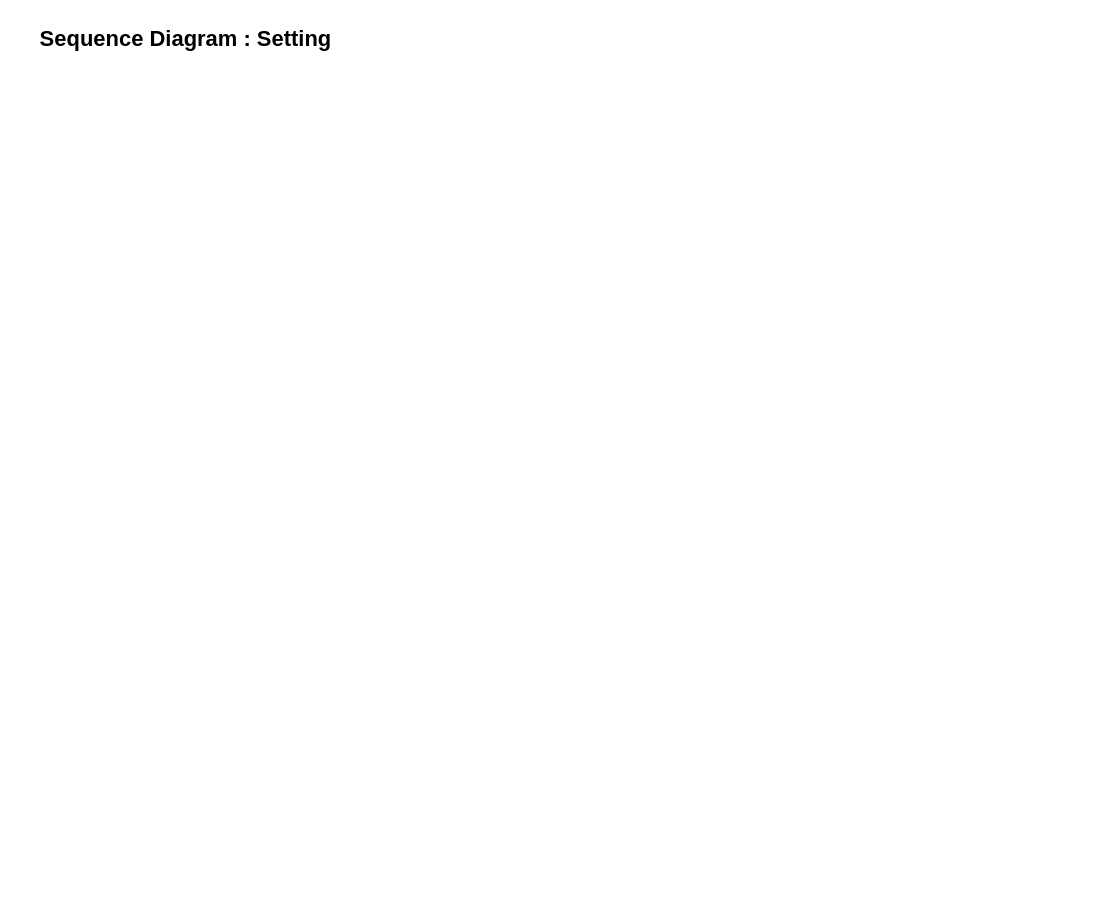
The draw.io diagram page "Setting" (4 of 4) of Sequence_diagram.drawio in astrrr/Right-posture, before the edit. Source tidied: cells renumbered, new cells numbered last; positions are measured from the earlier drawing's top-left corner, leaving out a move shared by most shapes. Both pictures are drawn from the tidied source at 122%, with x=0, y=0 at pixel (21, 21).
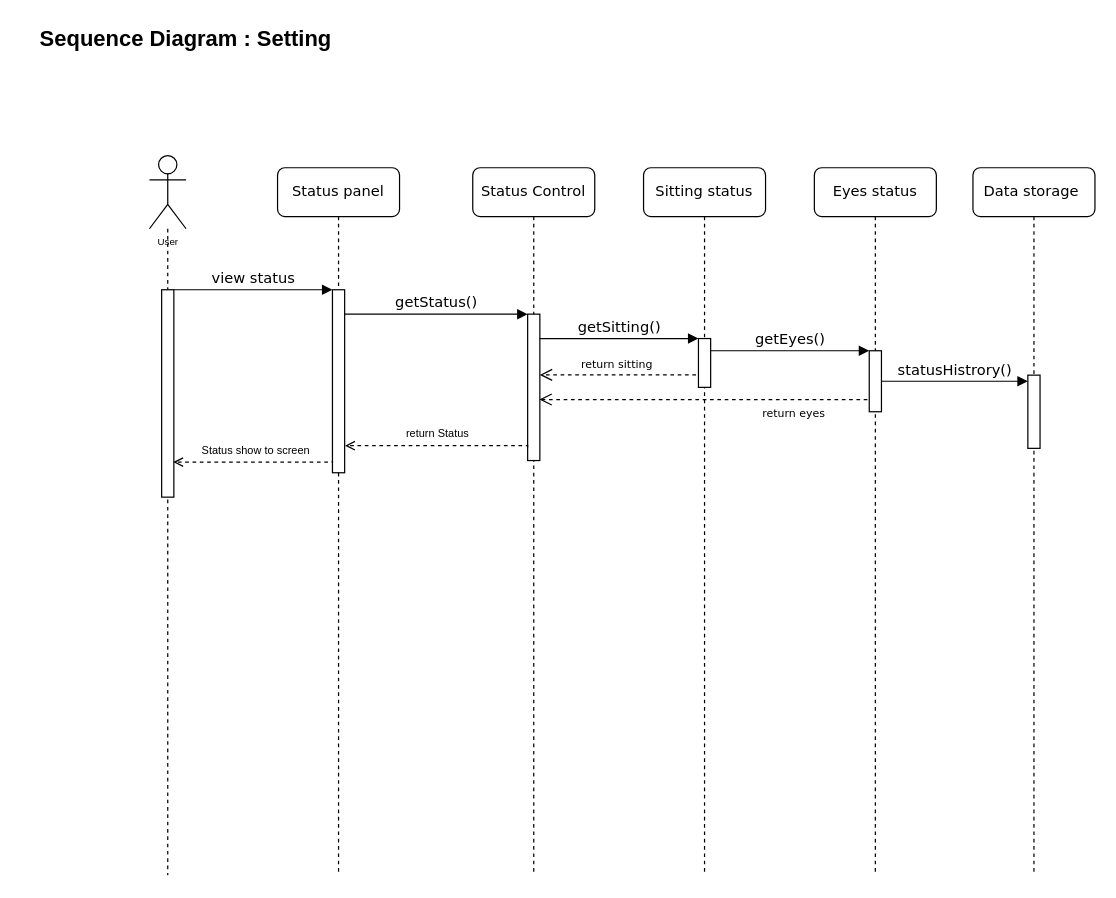
Above is the later version.

Commit message (it also covers changes not shown here):
add Status Sequence flow

Diff of the diagram source:
```diff
@@
+    <mxCell id="3" value="Status panel" style="shape=umlLifeline;perimeter=lifelinePerimeter;whiteSpace=wrap;html=1;rounded=1;shadow=0;comic=0;labelBackgroundColor=none;strokeWidth=1;fontFamily=Verdana;fontSize=12;align=center;" parent="1" vertex="1">
+      <mxGeometry x="210" y="120" width="100" height="580" as="geometry" />
+    </mxCell>
+    <mxCell id="4" style="html=1;points=[];perimeter=orthogonalPerimeter;rounded=0;shadow=0;comic=0;labelBackgroundColor=none;strokeWidth=1;fontFamily=Verdana;fontSize=12;align=center;" parent="3" vertex="1">
+      <mxGeometry x="45" y="100" width="10" height="150" as="geometry" />
+    </mxCell>
+    <mxCell id="5" style="edgeStyle=orthogonalEdgeStyle;rounded=0;jettySize=auto;html=1;fontSize=18;endArrow=open;endFill=0;dashed=1;entryX=0.949;entryY=0.831;entryDx=0;entryDy=0;entryPerimeter=0;" parent="3" edge="1" target="24">
+      <mxGeometry relative="1" as="geometry">
+        <mxPoint x="45" y="241" as="sourcePoint" />
+        <Array as="points">
+          <mxPoint x="45" y="240" />
+          <mxPoint x="45" y="241" />
+        </Array>
+      </mxGeometry>
+    </mxCell>
+    <mxCell id="6" value="Status show to screen" style="edgeLabel;html=1;align=center;verticalAlign=middle;fontSize=9;" parent="5" vertex="1">
+      <mxGeometry x="0.17" y="1" relative="1" as="geometry">
+        <mxPoint x="12" y="-11" as="offset" />
+      </mxGeometry>
+    </mxCell>
+    <mxCell id="7" value="Status Control" style="shape=umlLifeline;perimeter=lifelinePerimeter;whiteSpace=wrap;html=1;rounded=1;shadow=0;comic=0;labelBackgroundColor=none;strokeWidth=1;fontFamily=Verdana;fontSize=12;align=center;" parent="1" vertex="1">
+      <mxGeometry x="370" y="120" width="100" height="580" as="geometry" />
+    </mxCell>
+    <mxCell id="8" style="html=1;points=[];perimeter=orthogonalPerimeter;rounded=0;shadow=0;comic=0;labelBackgroundColor=none;strokeWidth=1;fontFamily=Verdana;fontSize=12;align=center;" parent="7" vertex="1">
+      <mxGeometry x="45" y="120" width="10" height="120" as="geometry" />
+    </mxCell>
+    <mxCell id="9" value="Sitting status" style="shape=umlLifeline;perimeter=lifelinePerimeter;whiteSpace=wrap;html=1;rounded=1;shadow=0;comic=0;labelBackgroundColor=none;strokeWidth=1;fontFamily=Verdana;fontSize=12;align=center;" parent="1" vertex="1">
+      <mxGeometry x="510" y="120" width="100" height="580" as="geometry" />
+    </mxCell>
+    <mxCell id="10" value="&lt;font style=&quot;font-size: 9px&quot;&gt;return sitting&lt;/font&gt;" style="html=1;verticalAlign=bottom;endArrow=open;dashed=1;endSize=8;labelBackgroundColor=none;fontFamily=Verdana;fontSize=12;edgeStyle=elbowEdgeStyle;elbow=vertical;" parent="9" edge="1">
+      <mxGeometry x="0.01" relative="1" as="geometry">
+        <mxPoint x="43" y="169.8" as="sourcePoint" />
+        <mxPoint x="-85" y="169.8" as="targetPoint" />
+        <Array as="points">
+          <mxPoint x="-1" y="169.8" />
+          <mxPoint x="29" y="169.8" />
+          <mxPoint x="-41" y="169.8" />
+          <mxPoint x="315" y="169.8" />
+          <mxPoint x="159" y="169.8" />
+          <mxPoint x="-31" y="135.8" />
+          <mxPoint x="-21" y="129.8" />
+          <mxPoint x="129" y="129.8" />
+          <mxPoint x="159" y="129.8" />
+        </Array>
+      </mxGeometry>
+    </mxCell>
+    <mxCell id="11" style="html=1;points=[];perimeter=orthogonalPerimeter;rounded=0;shadow=0;comic=0;labelBackgroundColor=none;strokeWidth=1;fontFamily=Verdana;fontSize=12;align=center;" parent="1" vertex="1">
+      <mxGeometry x="555" y="260" width="10" height="40" as="geometry" />
+    </mxCell>
+    <mxCell id="12" value="getSitting()" style="html=1;verticalAlign=bottom;endArrow=block;labelBackgroundColor=none;fontFamily=Verdana;fontSize=12;edgeStyle=elbowEdgeStyle;elbow=vertical;" parent="1" edge="1" source="8" target="11">
+      <mxGeometry relative="1" as="geometry">
+        <Array as="points">
+          <mxPoint x="430" y="260" />
+        </Array>
+      </mxGeometry>
+    </mxCell>
+    <mxCell id="13" value="getEyes()" style="html=1;verticalAlign=bottom;endArrow=block;entryX=0;entryY=0;labelBackgroundColor=none;fontFamily=Verdana;fontSize=12;edgeStyle=elbowEdgeStyle;elbow=vertical;" parent="1" edge="1" source="11" target="26">
+      <mxGeometry relative="1" as="geometry" />
+    </mxCell>
+    <mxCell id="14" value="view status" style="html=1;verticalAlign=bottom;endArrow=block;entryX=0;entryY=0;labelBackgroundColor=none;fontFamily=Verdana;fontSize=12;edgeStyle=elbowEdgeStyle;elbow=vertical;" parent="1" edge="1" source="24" target="4">
+      <mxGeometry relative="1" as="geometry" />
+    </mxCell>
+    <mxCell id="15" value="getStatus()" style="html=1;verticalAlign=bottom;endArrow=block;entryX=0;entryY=0;labelBackgroundColor=none;fontFamily=Verdana;fontSize=12;edgeStyle=elbowEdgeStyle;elbow=vertical;" parent="1" edge="1" source="4" target="8">
+      <mxGeometry relative="1" as="geometry" />
+    </mxCell>
+    <mxCell id="16" value="Eyes status" style="shape=umlLifeline;perimeter=lifelinePerimeter;whiteSpace=wrap;html=1;outlineConnect=0;rounded=1;shadow=0;comic=0;labelBackgroundColor=none;strokeWidth=1;fontFamily=Verdana;fontSize=12;align=center;" parent="1" vertex="1">
+      <mxGeometry x="650" y="120" width="100" height="580" as="geometry" />
+    </mxCell>
+    <mxCell id="17" style="edgeStyle=orthogonalEdgeStyle;rounded=0;jettySize=auto;html=1;fontSize=18;endArrow=open;endFill=0;dashed=1;exitX=-0.003;exitY=0.911;exitDx=0;exitDy=0;exitPerimeter=0;entryX=1.035;entryY=0.852;entryDx=0;entryDy=0;entryPerimeter=0;" parent="1" edge="1" source="8" target="4">
+      <mxGeometry relative="1" as="geometry">
+        <Array as="points">
+          <mxPoint x="415" y="348" />
+        </Array>
+      </mxGeometry>
+    </mxCell>
+    <mxCell id="18" value="return Status" style="edgeLabel;html=1;align=center;verticalAlign=middle;fontSize=9;" parent="17" vertex="1">
+      <mxGeometry x="0.17" y="1" relative="1" as="geometry">
+        <mxPoint x="12" y="-11" as="offset" />
+      </mxGeometry>
+    </mxCell>
+    <mxCell id="19" value="Data storage&amp;nbsp;" style="shape=umlLifeline;perimeter=lifelinePerimeter;whiteSpace=wrap;html=1;rounded=1;shadow=0;comic=0;labelBackgroundColor=none;strokeWidth=1;fontFamily=Verdana;fontSize=12;align=center;" parent="1" vertex="1">
+      <mxGeometry x="780" y="120" width="100" height="580" as="geometry" />
+    </mxCell>
+    <mxCell id="20" style="html=1;perimeter=orthogonalPerimeter;" parent="19" vertex="1">
+      <mxGeometry x="45" y="170" width="10" height="60" as="geometry" />
+    </mxCell>
+    <mxCell id="21" value="statusHistrory()" style="html=1;verticalAlign=bottom;endArrow=block;entryX=0;entryY=0;labelBackgroundColor=none;fontFamily=Verdana;fontSize=12;edgeStyle=elbowEdgeStyle;elbow=vertical;" parent="19" edge="1">
+      <mxGeometry relative="1" as="geometry">
+        <mxPoint x="-75" y="175" as="sourcePoint" />
+        <mxPoint x="45" y="174.8" as="targetPoint" />
+        <Array as="points">
+          <mxPoint x="10" y="175" />
+        </Array>
+      </mxGeometry>
+    </mxCell>
+    <mxCell id="22" style="edgeStyle=orthogonalEdgeStyle;rounded=0;jettySize=auto;html=1;fontSize=8;endArrow=none;endFill=0;dashed=1;" parent="1" edge="1" source="23">
+      <mxGeometry relative="1" as="geometry">
+        <mxPoint x="120" y="700" as="targetPoint" />
+      </mxGeometry>
+    </mxCell>
+    <mxCell id="23" value="User" style="shape=umlActor;verticalLabelPosition=bottom;verticalAlign=top;html=1;fontSize=8;" parent="1" vertex="1">
+      <mxGeometry x="105" y="110" width="30" height="60" as="geometry" />
+    </mxCell>
+    <mxCell id="24" style="html=1;points=[];perimeter=orthogonalPerimeter;rounded=0;shadow=0;comic=0;labelBackgroundColor=none;strokeWidth=1;fontFamily=Verdana;fontSize=12;align=center;" parent="1" vertex="1">
+      <mxGeometry x="115" y="220" width="10" height="170" as="geometry" />
+    </mxCell>
+    <mxCell id="25" value="&lt;font style=&quot;font-size: 9px&quot;&gt;return eyes&lt;/font&gt;" style="html=1;verticalAlign=bottom;endArrow=open;dashed=1;endSize=8;labelBackgroundColor=none;fontFamily=Verdana;fontSize=12;edgeStyle=elbowEdgeStyle;elbow=vertical;entryX=0.965;entryY=0.583;entryDx=0;entryDy=0;entryPerimeter=0;" parent="1" edge="1" source="16" target="8">
+      <mxGeometry x="-0.51" y="20" relative="1" as="geometry">
+        <Array as="points">
+          <mxPoint x="650" y="310" />
+          <mxPoint x="511" y="319.7" />
+          <mxPoint x="541" y="319.7" />
+          <mxPoint x="471" y="319.7" />
+          <mxPoint x="827" y="319.7" />
+          <mxPoint x="671" y="319.7" />
+          <mxPoint x="481" y="285.7" />
+          <mxPoint x="491" y="279.7" />
+          <mxPoint x="641" y="279.7" />
+          <mxPoint x="671" y="279.7" />
+        </Array>
+      </mxGeometry>
+    </mxCell>
+    <mxCell id="26" style="html=1;points=[];perimeter=orthogonalPerimeter;rounded=0;shadow=0;comic=0;labelBackgroundColor=none;strokeWidth=1;fontFamily=Verdana;fontSize=12;align=center;" parent="1" vertex="1">
+      <mxGeometry x="695" y="270" width="10" height="50" as="geometry" />
+    </mxCell>
```
